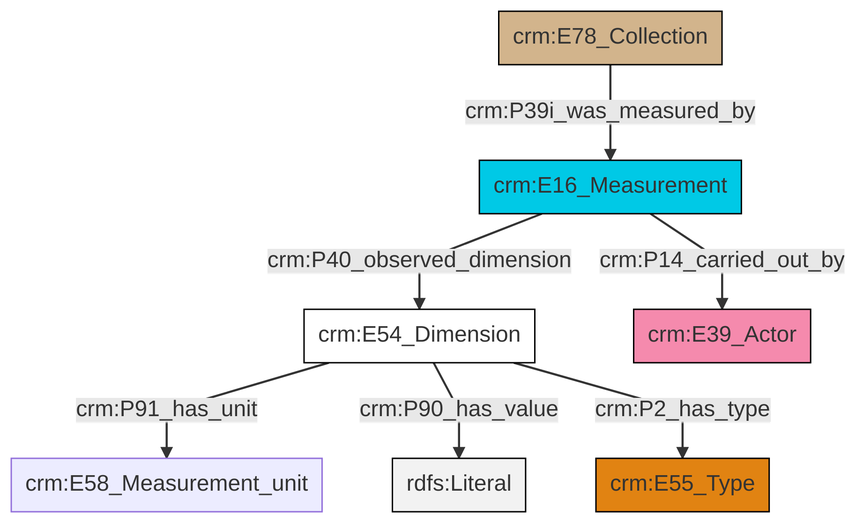
Earlier version of the Mermaid export et/archivalCSV/ttl/mmd/png/archival_substance.png (swiss-art-research-net/docs.swissartresearch). Its source is kept beside it as et/archivalCSV/ttl/mmd/archival_substance.ttl.mmd.
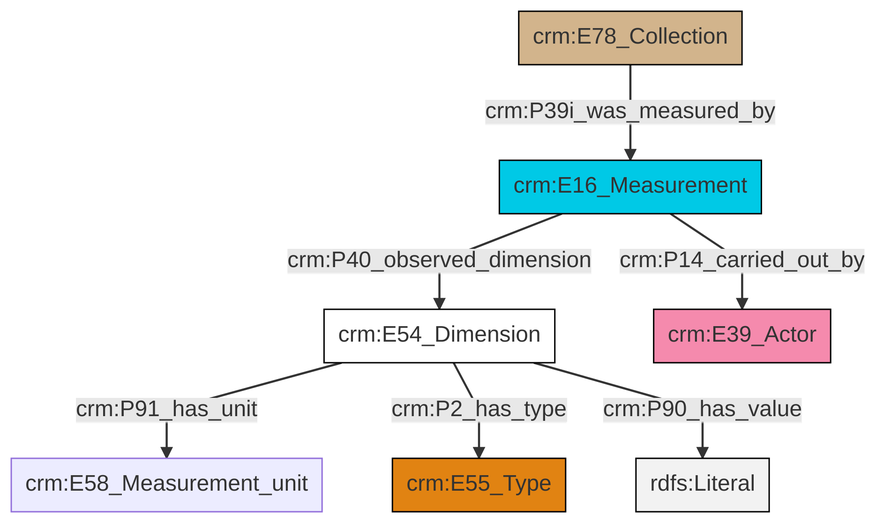
After the change.

Diff of the diagram source:
```diff
@@ -13,9 +13,9 @@
 classDef PC_Classes fill:#4ce600, stroke:#000000;
 classDef Multi fill:#cccccc,stroke:#000000;
 
-0["crm:E16_Measurement"]:::Temporal_Entity -->|crm:P40_observed_dimension| 1["crm:E54_Dimension"]:::CRM_Entity
-1["crm:E54_Dimension"]:::CRM_Entity -->|crm:P91_has_unit| 3["crm:E58_Measurement_unit"]:::Default
-0["crm:E16_Measurement"]:::Temporal_Entity -->|crm:P14_carried_out_by| 5["crm:E39_Actor"]:::Actor
-7["crm:E78_Collection"]:::Physical_Thing -->|crm:P39i_was_measured_by| 0["crm:E16_Measurement"]:::Temporal_Entity
-1["crm:E54_Dimension"]:::CRM_Entity -->|crm:P90_has_value| 10[rdfs:Literal]:::Literal
-1["crm:E54_Dimension"]:::CRM_Entity -->|crm:P2_has_type| 11["crm:E55_Type"]:::Type
+0["crm:E54_Dimension"]:::CRM_Entity -->|crm:P91_has_unit| 1["crm:E58_Measurement_unit"]:::Default
+0["crm:E54_Dimension"]:::CRM_Entity -->|crm:P2_has_type| 2["crm:E55_Type"]:::Type
+3["crm:E16_Measurement"]:::Temporal_Entity -->|crm:P14_carried_out_by| 4["crm:E39_Actor"]:::Actor
+3["crm:E16_Measurement"]:::Temporal_Entity -->|crm:P40_observed_dimension| 0["crm:E54_Dimension"]:::CRM_Entity
+0["crm:E54_Dimension"]:::CRM_Entity -->|crm:P90_has_value| 11[rdfs:Literal]:::Literal
+9["crm:E78_Collection"]:::Physical_Thing -->|crm:P39i_was_measured_by| 3["crm:E16_Measurement"]:::Temporal_Entity
```
